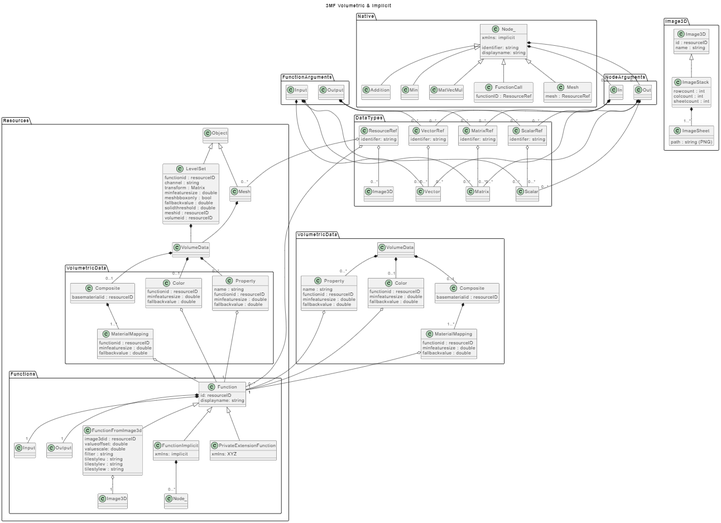
This is images/fig_overview_implicit.png from 3MFConsortium/spec_volumetric, a PlantUML export, as it was before one commit.
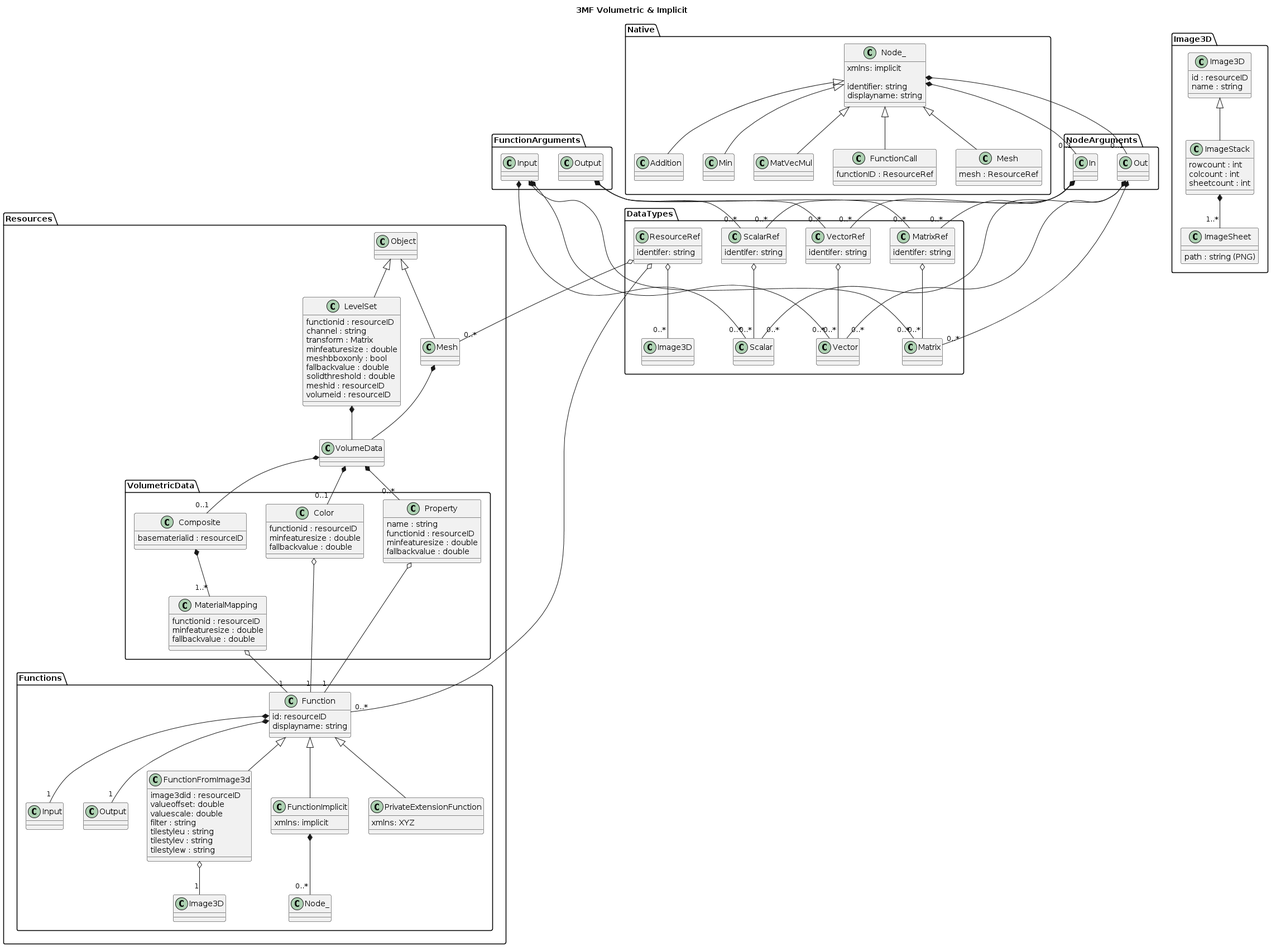
After the commit.

The edit, as a diff of the source:
```diff
@@ -1,5 +1,104 @@
 @startuml
 title 3MF Volumetric & Implicit
+top to bottom direction
+
+package Resources
+{
+    Class Object
+    Class Mesh extends Object
+
+    Class LevelSet extends Object
+    {
+        functionid : resourceID
+        channel : string
+        transform : Matrix
+        minfeaturesize : double
+        meshbboxonly : bool
+        fallbackvalue : double
+        solidthreshold : double
+        meshid : resourceID
+        volumeid : resourceID
+    }
+    Class VolumeData
+    Mesh *-- VolumeData
+    LevelSet *-- VolumeData
+
+    package Functions
+    {
+        Class Function
+        {
+            id: resourceID
+            displayname: string
+        }
+
+        Function *-- "1" Input
+        Function *-- "1" Output
+
+        Class FunctionFromImage3d extends Function
+        {
+            image3did : resourceID
+            valueoffset: double
+            valuescale: double
+            filter : string
+            tilestyleu : string
+            tilestylev : string
+            tilestylew : string
+        }
+        FunctionFromImage3d o-- "1" Image3D
+
+        Class FunctionImplicit extends Function
+        {
+            xmlns: implicit
+        }
+        FunctionImplicit *-- "0..*" Node_
+
+        Class PrivateExtensionFunction extends Function
+        {
+            xmlns: XYZ
+        }
+    }
+    package VolumetricData
+    {
+        Class Color
+        {
+            functionid : resourceID
+            minfeaturesize : double
+            fallbackvalue : double
+        }
+
+        Class Property
+        {
+            name : string
+            functionid : resourceID
+            minfeaturesize : double
+            fallbackvalue : double
+        }
+
+        Class Composite
+        {
+            basematerialid : resourceID
+        }
+
+        Class MaterialMapping
+        {
+            functionid : resourceID
+            minfeaturesize : double
+            fallbackvalue : double
+        }
+
+        VolumeData *-- "0..1" Color
+        VolumeData *-- "0..*" Property
+        VolumeData *-- "0..1" Composite
+        Composite *-- "1..*" MaterialMapping
+
+        Color o-- "1" Function
+        Property o-- "1" Function
+        MaterialMapping o-- "1" Function
+    }
+
+}
+
+
 
 package Image3D
 {
@@ -94,40 +193,7 @@
     In *-- "0..*" MatrixRef
 }
 
-package Functions
-{
-    Class Function
-    {
-        id: resourceID
-        displayname: string
-    }
 
-    Function *-- "1" Input
-    Function *-- "1" Output
-
-    Class FunctionFromImage3d extends Function
-    {
-        image3did : resourceID
-        valueoffset: double
-        valuescale: double
-        filter : string
-        tilestyleu : string
-        tilestylev : string
-        tilestylew : string
-    }
-    FunctionFromImage3d o-- "1" Image3D
-
-    Class FunctionImplicit extends Function
-    {
-        xmlns: implicit
-    }
-    FunctionImplicit *-- "0..*" Node_
-
-    Class PrivateExtensionFunction extends Function
-    {
-        xmlns: XYZ
-    }
-}
 
 package Native
 {
@@ -160,64 +226,8 @@
     {
         mesh : ResourceRef
     }
-    DistanceFromMesh o-- "1" Mesh
 
     Node_ *-- "0..1" In
     Node_ *-- "0..1" Out
 }
-
-package VolumetricData
-{
-    Class VolumeData
-
-    Class Boundary
-    {
-        solidthreshold : double
-        functionid : resourceID
-        minfeaturesize : double
-        meshbboxonly : bool
-        fallbackvalue : double
-    }
-
-    Class Color
-    {
-        functionid : resourceID
-        minfeaturesize : double
-        fallbackvalue : double
-    }
-
-    Class Property
-    {
-        name : string
-        functionid : resourceID
-        minfeaturesize : double
-        fallbackvalue : double
-    }
-
-    Class Composite
-    {
-        basematerialid : resourceID
-    }
-
-    Class MaterialMapping
-    {
-        functionid : resourceID
-        minfeaturesize : double
-        fallbackvalue : double
-    }
-
-    VolumeData *-- "0..1" Boundary
-    VolumeData *-- "0..1" Color
-    VolumeData *-- "0..*" Property
-    VolumeData *-- "0..1" Composite
-    Composite *-- "1..*" MaterialMapping
-
-    Boundary o-- "1" Function
-    Color o-- "1" Function
-    Property o-- "1" Function
-    MaterialMapping o-- "1" Function
-}
-
-Class Mesh
-Mesh *-- VolumeData
 @enduml
```
